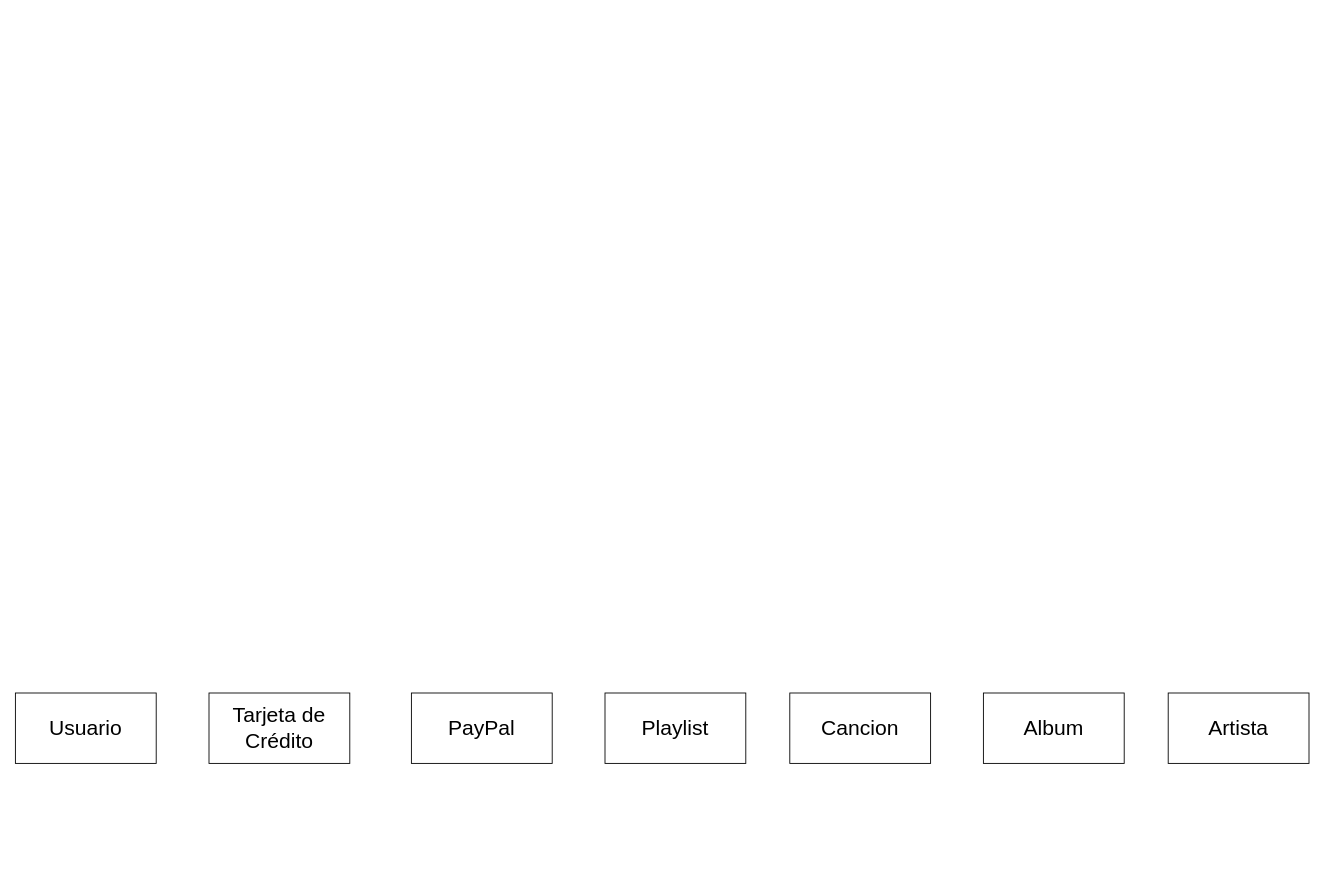
Before: Spotify.drawio in miguelelinformatico/2025_26, a draw.io diagram. Source tidied: cells renumbered, new cells numbered last; positions are measured from the earlier drawing's top-left corner, leaving out a move shared by most shapes. Both pictures are drawn from the tidied source at 88%, with x=0, y=0 at pixel (15, 693).
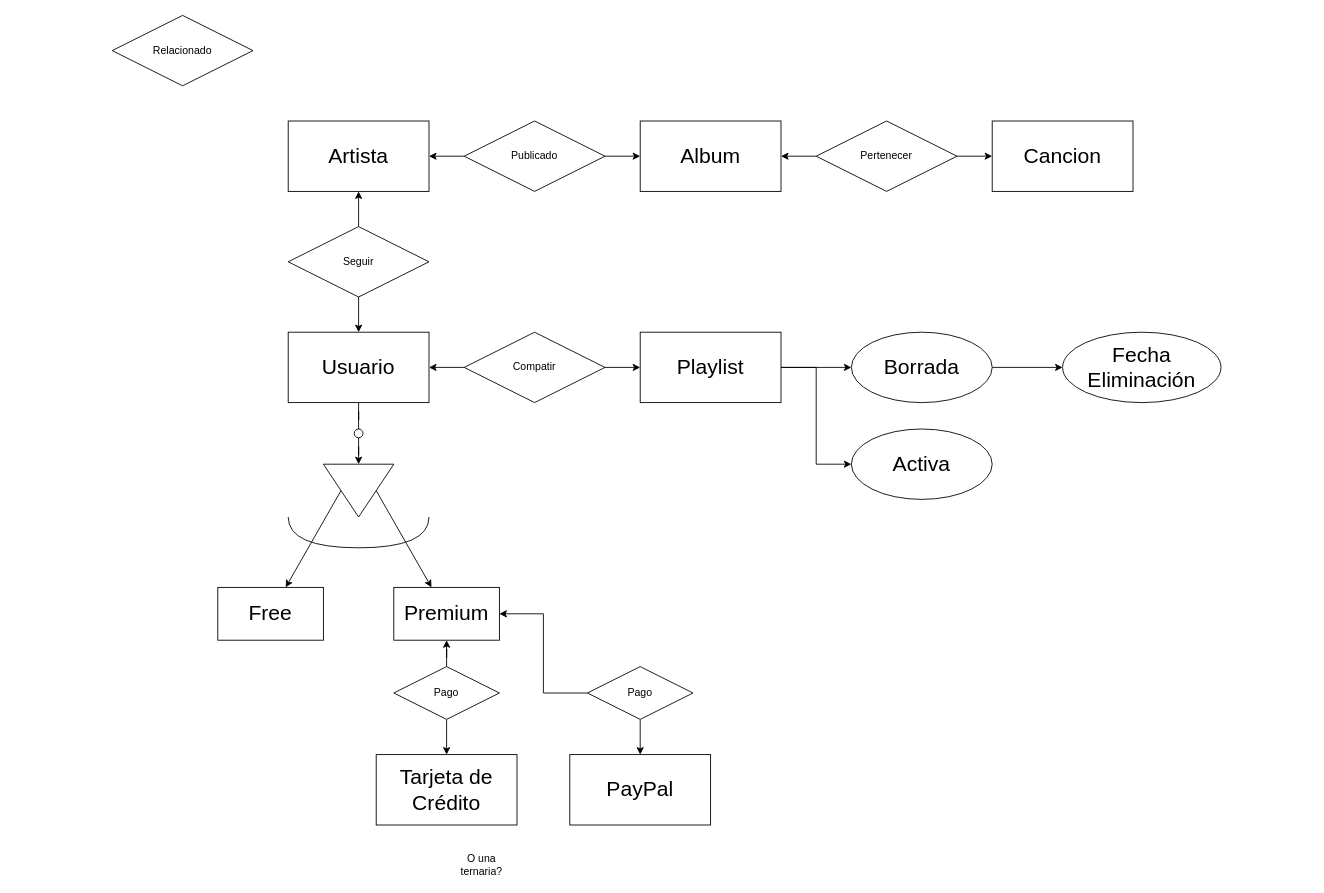
Above is the later version.

What changed in the source:
```diff
@@
+    <mxCell id="9" style="edgeStyle=orthogonalEdgeStyle;rounded=0;jettySize=auto;html=1;endArrow=none;endFill=0;" parent="1" edge="1" source="2" target="26">
+      <mxGeometry relative="1" as="geometry" />
+    </mxCell>
     <mxCell id="2" value="&lt;font style=&quot;font-size: 24px;&quot;&gt;Usuario&lt;/font&gt;" style="whiteSpace=wrap;html=1;align=center;" parent="1" vertex="1">
-      <mxGeometry width="160" height="80" as="geometry" />
+      <mxGeometry x="310" y="-410" width="160" height="80" as="geometry" />
     </mxCell>
     <mxCell id="3" value="&lt;font style=&quot;font-size: 24px;&quot;&gt;Tarjeta de Crédito&lt;/font&gt;" style="whiteSpace=wrap;html=1;align=center;" parent="1" vertex="1">
-      <mxGeometry x="220" width="160" height="80" as="geometry" />
+      <mxGeometry x="410" y="70" width="160" height="80" as="geometry" />
     </mxCell>
     <mxCell id="4" value="&lt;font style=&quot;font-size: 24px;&quot;&gt;PayPal&lt;/font&gt;" style="whiteSpace=wrap;html=1;align=center;" parent="1" vertex="1">
-      <mxGeometry x="450" width="160" height="80" as="geometry" />
+      <mxGeometry x="630" y="70" width="160" height="80" as="geometry" />
     </mxCell>
+    <mxCell id="10" style="edgeStyle=orthogonalEdgeStyle;rounded=0;jettySize=auto;html=1;entryX=0;entryY=0.5;entryDx=0;entryDy=0;" parent="1" edge="1" source="5" target="41">
+      <mxGeometry relative="1" as="geometry" />
+    </mxCell>
+    <mxCell id="11" style="edgeStyle=orthogonalEdgeStyle;rounded=0;jettySize=auto;html=1;entryX=0;entryY=0.5;entryDx=0;entryDy=0;" parent="1" edge="1" source="5" target="43">
+      <mxGeometry relative="1" as="geometry" />
+    </mxCell>
     <mxCell id="5" value="&lt;font style=&quot;font-size: 24px;&quot;&gt;Playlist&lt;/font&gt;" style="whiteSpace=wrap;html=1;align=center;" parent="1" vertex="1">
-      <mxGeometry x="670" width="160" height="80" as="geometry" />
+      <mxGeometry x="710" y="-410" width="160" height="80" as="geometry" />
     </mxCell>
     <mxCell id="6" value="&lt;span style=&quot;font-size: 24px;&quot;&gt;Cancion&lt;/span&gt;" style="whiteSpace=wrap;html=1;align=center;" parent="1" vertex="1">
-      <mxGeometry x="880" width="160" height="80" as="geometry" />
+      <mxGeometry x="1110" y="-650" width="160" height="80" as="geometry" />
     </mxCell>
     <mxCell id="7" value="&lt;span style=&quot;font-size: 24px;&quot;&gt;Album&lt;/span&gt;" style="whiteSpace=wrap;html=1;align=center;" parent="1" vertex="1">
-      <mxGeometry x="1100" width="160" height="80" as="geometry" />
+      <mxGeometry x="710" y="-650" width="160" height="80" as="geometry" />
     </mxCell>
     <mxCell id="8" value="&lt;span style=&quot;font-size: 24px;&quot;&gt;Artista&lt;/span&gt;" style="whiteSpace=wrap;html=1;align=center;" parent="1" vertex="1">
-      <mxGeometry x="1310" width="160" height="80" as="geometry" />
+      <mxGeometry x="310" y="-650" width="160" height="80" as="geometry" />
     </mxCell>
+    <mxCell id="12" style="edgeStyle=orthogonalEdgeStyle;rounded=0;jettySize=auto;html=1;entryX=1;entryY=0.5;entryDx=0;entryDy=0;" parent="1" edge="1" source="14" target="2">
+      <mxGeometry relative="1" as="geometry" />
+    </mxCell>
+    <mxCell id="13" style="edgeStyle=orthogonalEdgeStyle;rounded=0;jettySize=auto;html=1;" parent="1" edge="1" source="14" target="5">
+      <mxGeometry relative="1" as="geometry" />
+    </mxCell>
+    <mxCell id="14" value="Compatir" style="shape=rhombus;perimeter=rhombusPerimeter;whiteSpace=wrap;html=1;align=center;" parent="1" vertex="1">
+      <mxGeometry x="510" y="-410" width="160" height="80" as="geometry" />
+    </mxCell>
+    <mxCell id="15" style="edgeStyle=orthogonalEdgeStyle;rounded=0;jettySize=auto;html=1;" parent="1" edge="1" source="17" target="7">
+      <mxGeometry relative="1" as="geometry" />
+    </mxCell>
+    <mxCell id="16" style="edgeStyle=orthogonalEdgeStyle;rounded=0;jettySize=auto;html=1;" parent="1" edge="1" source="17" target="6">
+      <mxGeometry relative="1" as="geometry" />
+    </mxCell>
+    <mxCell id="17" value="Pertenecer" style="shape=rhombus;perimeter=rhombusPerimeter;whiteSpace=wrap;html=1;align=center;" parent="1" vertex="1">
+      <mxGeometry x="910" y="-650" width="160" height="80" as="geometry" />
+    </mxCell>
+    <mxCell id="18" style="edgeStyle=orthogonalEdgeStyle;rounded=0;jettySize=auto;html=1;entryX=1;entryY=0.5;entryDx=0;entryDy=0;" parent="1" edge="1" source="20" target="8">
+      <mxGeometry relative="1" as="geometry" />
+    </mxCell>
+    <mxCell id="19" style="edgeStyle=orthogonalEdgeStyle;rounded=0;jettySize=auto;html=1;" parent="1" edge="1" source="20" target="7">
+      <mxGeometry relative="1" as="geometry" />
+    </mxCell>
+    <mxCell id="20" value="Publicado" style="shape=rhombus;perimeter=rhombusPerimeter;whiteSpace=wrap;html=1;align=center;" parent="1" vertex="1">
+      <mxGeometry x="510" y="-650" width="160" height="80" as="geometry" />
+    </mxCell>
+    <mxCell id="21" style="edgeStyle=orthogonalEdgeStyle;rounded=0;jettySize=auto;html=1;entryX=0.5;entryY=0;entryDx=0;entryDy=0;" parent="1" edge="1" source="23" target="2">
+      <mxGeometry relative="1" as="geometry" />
+    </mxCell>
+    <mxCell id="22" style="edgeStyle=orthogonalEdgeStyle;rounded=0;jettySize=auto;html=1;entryX=0.5;entryY=1;entryDx=0;entryDy=0;" parent="1" edge="1" source="23" target="8">
+      <mxGeometry relative="1" as="geometry" />
+    </mxCell>
+    <mxCell id="23" value="Seguir" style="shape=rhombus;perimeter=rhombusPerimeter;whiteSpace=wrap;html=1;align=center;" parent="1" vertex="1">
+      <mxGeometry x="310" y="-530" width="160" height="80" as="geometry" />
+    </mxCell>
+    <mxCell id="24" value="Relacionado" style="shape=rhombus;perimeter=rhombusPerimeter;whiteSpace=wrap;html=1;align=center;" parent="1" vertex="1">
+      <mxGeometry x="110" y="-770" width="160" height="80" as="geometry" />
+    </mxCell>
+    <mxCell id="25" style="edgeStyle=orthogonalEdgeStyle;rounded=0;jettySize=auto;html=1;" parent="1" edge="1" source="26" target="29">
+      <mxGeometry relative="1" as="geometry" />
+    </mxCell>
+    <mxCell id="26" style="ellipse;whiteSpace=wrap;html=1;" parent="1" vertex="1">
+      <mxGeometry x="385" y="-300" width="10" height="10" as="geometry" />
+    </mxCell>
+    <mxCell id="27" style="rounded=0;jettySize=auto;html=1;exitX=0.5;exitY=1;exitDx=0;exitDy=0;" parent="1" edge="1" source="29" target="30">
+      <mxGeometry relative="1" as="geometry" />
+    </mxCell>
+    <mxCell id="28" style="rounded=0;jettySize=auto;html=1;exitX=0.5;exitY=0;exitDx=0;exitDy=0;" parent="1" edge="1" source="29" target="31">
+      <mxGeometry relative="1" as="geometry" />
+    </mxCell>
+    <mxCell id="29" style="triangle;whiteSpace=wrap;html=1;rotation=90;" parent="1" vertex="1">
+      <mxGeometry x="360" y="-270" width="60" height="80" as="geometry" />
+    </mxCell>
+    <mxCell id="30" value="&lt;font style=&quot;font-size: 24px;&quot;&gt;Free&lt;/font&gt;" style="rounded=0;whiteSpace=wrap;html=1;" parent="1" vertex="1">
+      <mxGeometry x="230" y="-120" width="120" height="60" as="geometry" />
+    </mxCell>
+    <mxCell id="31" value="&lt;font style=&quot;font-size: 24px;&quot;&gt;Premium&lt;/font&gt;" style="rounded=0;whiteSpace=wrap;html=1;" parent="1" vertex="1">
+      <mxGeometry x="430" y="-120" width="120" height="60" as="geometry" />
+    </mxCell>
+    <mxCell id="32" style="shape=requiredInterface;html=1;verticalLabelPosition=bottom;sketch=0;rotation=90;" parent="1" vertex="1">
+      <mxGeometry x="372.5" y="-262.5" width="35" height="160" as="geometry" />
+    </mxCell>
+    <mxCell id="33" style="edgeStyle=orthogonalEdgeStyle;rounded=0;jettySize=auto;html=1;entryX=0.5;entryY=1;entryDx=0;entryDy=0;" parent="1" edge="1" source="35" target="31">
+      <mxGeometry relative="1" as="geometry" />
+    </mxCell>
+    <mxCell id="34" style="edgeStyle=orthogonalEdgeStyle;rounded=0;jettySize=auto;html=1;entryX=0.5;entryY=0;entryDx=0;entryDy=0;" parent="1" edge="1" source="35" target="3">
+      <mxGeometry relative="1" as="geometry" />
+    </mxCell>
+    <mxCell id="35" value="Pago" style="shape=rhombus;perimeter=rhombusPerimeter;whiteSpace=wrap;html=1;align=center;" parent="1" vertex="1">
+      <mxGeometry x="430" y="-30" width="120" height="60" as="geometry" />
+    </mxCell>
+    <mxCell id="36" style="edgeStyle=orthogonalEdgeStyle;rounded=0;jettySize=auto;html=1;entryX=0.5;entryY=0;entryDx=0;entryDy=0;" parent="1" edge="1" source="38" target="4">
+      <mxGeometry relative="1" as="geometry" />
+    </mxCell>
+    <mxCell id="37" style="edgeStyle=orthogonalEdgeStyle;rounded=0;jettySize=auto;html=1;entryX=1;entryY=0.5;entryDx=0;entryDy=0;" parent="1" edge="1" source="38" target="31">
+      <mxGeometry relative="1" as="geometry" />
+    </mxCell>
+    <mxCell id="38" value="Pago" style="shape=rhombus;perimeter=rhombusPerimeter;whiteSpace=wrap;html=1;align=center;" parent="1" vertex="1">
+      <mxGeometry x="650" y="-30" width="120" height="60" as="geometry" />
+    </mxCell>
+    <mxCell id="39" value="O una ternaria?" style="text;html=1;whiteSpace=wrap;strokeColor=none;fillColor=none;align=center;verticalAlign=middle;rounded=0;" parent="1" vertex="1">
+      <mxGeometry x="500" y="180" width="60" height="30" as="geometry" />
+    </mxCell>
+    <mxCell id="40" style="edgeStyle=orthogonalEdgeStyle;rounded=0;jettySize=auto;html=1;" parent="1" edge="1" source="41" target="42">
+      <mxGeometry relative="1" as="geometry" />
+    </mxCell>
+    <mxCell id="41" value="&lt;font style=&quot;font-size: 24px;&quot;&gt;Borrada&lt;/font&gt;" style="ellipse;whiteSpace=wrap;html=1;align=center;" parent="1" vertex="1">
+      <mxGeometry x="950" y="-410" width="160" height="80" as="geometry" />
+    </mxCell>
+    <mxCell id="42" value="&lt;font style=&quot;font-size: 24px;&quot;&gt;Fecha Eliminación&lt;/font&gt;" style="ellipse;whiteSpace=wrap;html=1;align=center;" parent="1" vertex="1">
+      <mxGeometry x="1190" y="-410" width="180" height="80" as="geometry" />
+    </mxCell>
+    <mxCell id="43" value="&lt;font style=&quot;font-size: 24px;&quot;&gt;Activa&lt;/font&gt;" style="ellipse;whiteSpace=wrap;html=1;align=center;" parent="1" vertex="1">
+      <mxGeometry x="950" y="-300" width="160" height="80" as="geometry" />
+    </mxCell>
```
